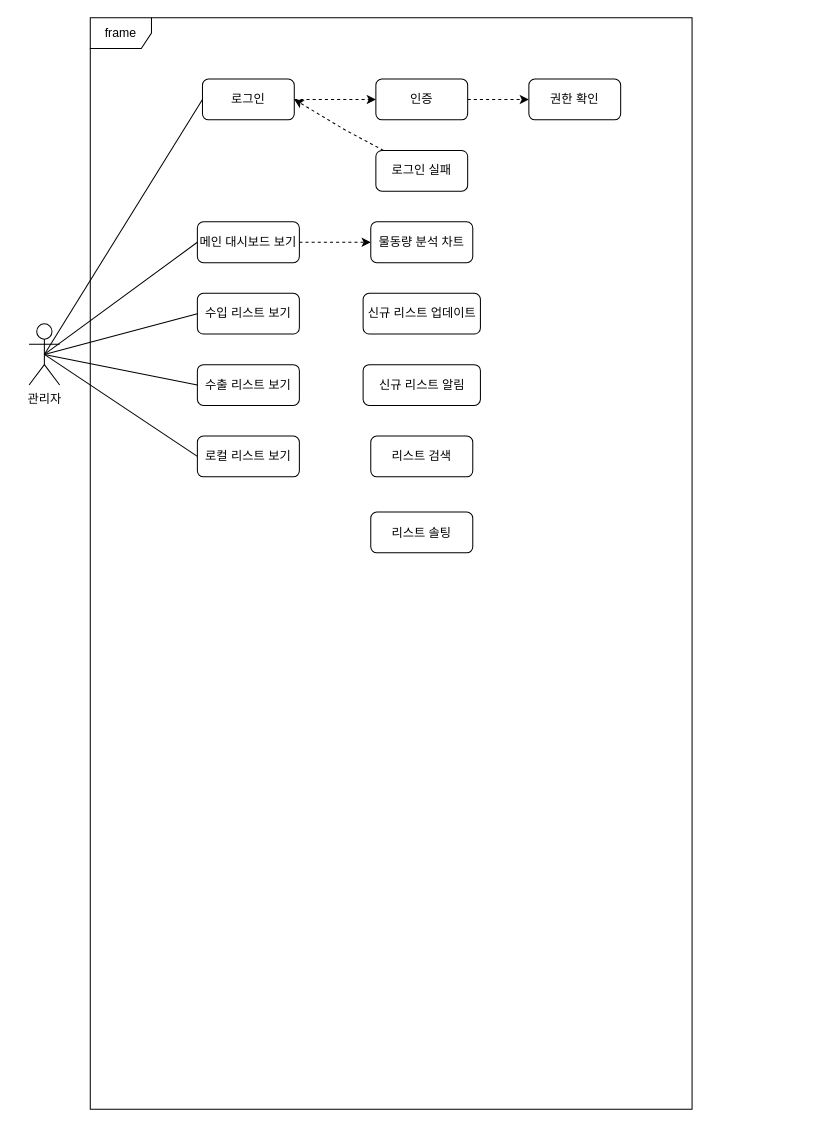
This is documents/UseCaseDiagram.drawio from cjungwo/ExpressSiteDemo, a draw.io file, before an edit. Source tidied: cells renumbered, new cells numbered last; positions are measured from the earlier drawing's top-left corner, leaving out a move shared by most shapes. Both pictures are drawn from the tidied source at 102%, with x=0, y=0 at pixel (29, 17).
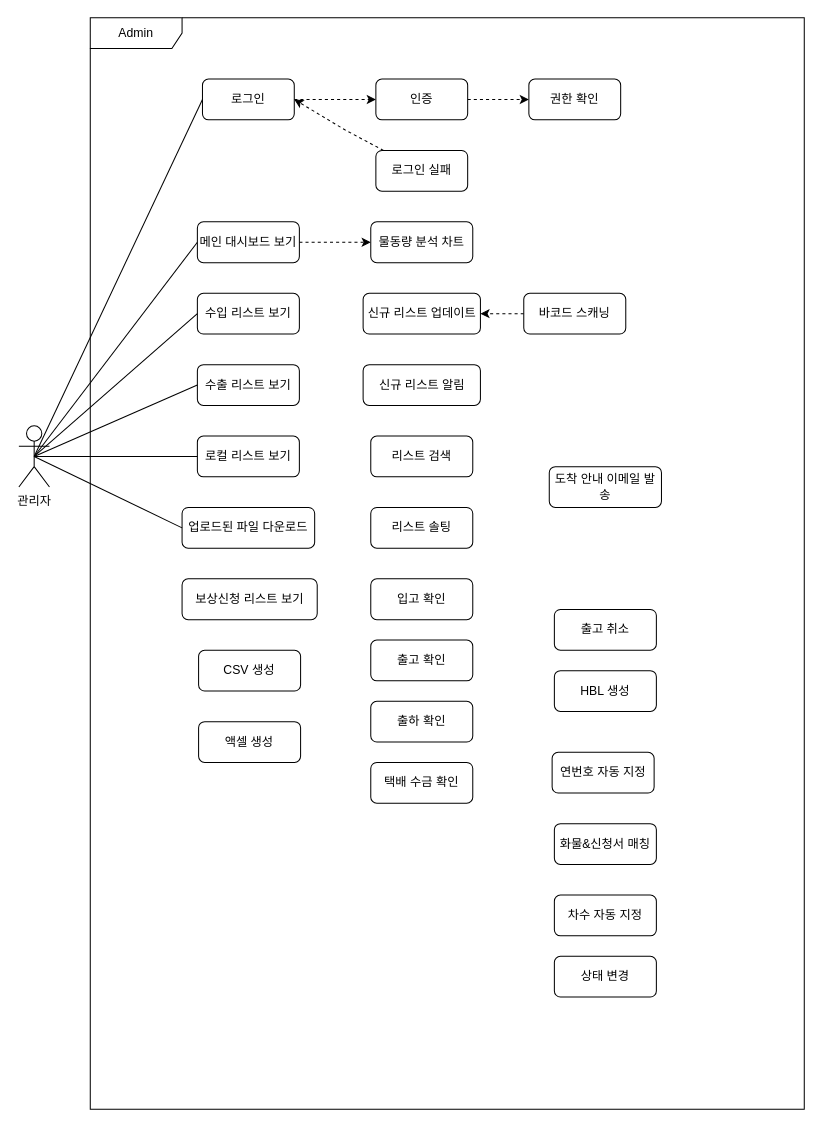
After the change.

Unchanged cells that the change refers to:
```xml
<mxCell id="5" value="로그인" style="rounded=1;whiteSpace=wrap;html=1;" parent="1" vertex="1">
  <mxGeometry x="170" y="60" width="90" height="40" as="geometry" />
</mxCell>
<mxCell id="22" value="신규 리스트 업데이트" style="rounded=1;whiteSpace=wrap;html=1;" parent="1" vertex="1">
  <mxGeometry x="327.5" y="270" width="115" height="40" as="geometry" />
</mxCell>
```

Diff of the diagram source:
```diff
@@
     <mxCell id="2" value="관리자&lt;div&gt;&lt;br&gt;&lt;/div&gt;" style="shape=umlActor;verticalLabelPosition=bottom;verticalAlign=top;html=1;outlineConnect=0;" parent="1" vertex="1">
-      <mxGeometry y="300" width="30" height="60" as="geometry" />
+      <mxGeometry x="-10" y="400" width="30" height="60" as="geometry" />
     </mxCell>
-    <mxCell id="3" value="frame" style="shape=umlFrame;whiteSpace=wrap;html=1;" parent="1" vertex="1">
-      <mxGeometry x="60" width="590" height="1070" as="geometry" />
+    <mxCell id="3" value="Admin" style="shape=umlFrame;whiteSpace=wrap;html=1;width=90;height=30;" parent="1" vertex="1">
+      <mxGeometry x="60" width="700" height="1070" as="geometry" />
     </mxCell>
@@
-    <mxCell id="13" style="rounded=0;jettySize=auto;html=1;entryX=0.5;entryY=0.5;entryDx=0;entryDy=0;entryPerimeter=0;endArrow=none;endFill=0;exitX=0;exitY=0.5;exitDx=0;exitDy=0;" parent="1" edge="1" source="5" target="2">
+    <mxCell id="13" style="rounded=0;jettySize=auto;html=1;endArrow=none;endFill=0;exitX=0;exitY=0.5;exitDx=0;exitDy=0;entryX=0.5;entryY=0.5;entryDx=0;entryDy=0;entryPerimeter=0;" parent="1" edge="1" source="5" target="2">
       <mxGeometry relative="1" as="geometry" />
     </mxCell>
@@
     <mxCell id="25" value="리스트 솔팅" style="rounded=1;whiteSpace=wrap;html=1;" parent="1" vertex="1">
-      <mxGeometry x="335" y="484.5" width="100" height="40" as="geometry" />
+      <mxGeometry x="335" y="480" width="100" height="40" as="geometry" />
     </mxCell>
+    <mxCell id="26" style="edgeStyle=orthogonalEdgeStyle;rounded=0;jettySize=auto;html=1;entryX=1;entryY=0.5;entryDx=0;entryDy=0;exitX=0;exitY=0.5;exitDx=0;exitDy=0;dashed=1;" parent="1" edge="1" source="27" target="22">
+      <mxGeometry relative="1" as="geometry" />
+    </mxCell>
+    <mxCell id="27" value="바코드 스캐닝" style="rounded=1;whiteSpace=wrap;html=1;" parent="1" vertex="1">
+      <mxGeometry x="485" y="270" width="100" height="40" as="geometry" />
+    </mxCell>
+    <mxCell id="28" value="입고 확인" style="rounded=1;whiteSpace=wrap;html=1;" parent="1" vertex="1">
+      <mxGeometry x="335" y="550" width="100" height="40" as="geometry" />
+    </mxCell>
+    <mxCell id="29" value="화물&amp;amp;신청서 매칭" style="rounded=1;whiteSpace=wrap;html=1;" parent="1" vertex="1">
+      <mxGeometry x="515" y="790" width="100" height="40" as="geometry" />
+    </mxCell>
+    <mxCell id="30" value="출고 확인" style="rounded=1;whiteSpace=wrap;html=1;" parent="1" vertex="1">
+      <mxGeometry x="335" y="610" width="100" height="40" as="geometry" />
+    </mxCell>
+    <mxCell id="31" value="도착 안내 이메일 발송" style="rounded=1;whiteSpace=wrap;html=1;" parent="1" vertex="1">
+      <mxGeometry x="510" y="440" width="110" height="40" as="geometry" />
+    </mxCell>
+    <mxCell id="32" value="출고 취소" style="rounded=1;whiteSpace=wrap;html=1;" parent="1" vertex="1">
+      <mxGeometry x="515" y="580" width="100" height="40" as="geometry" />
+    </mxCell>
+    <mxCell id="33" value="출하 확인" style="rounded=1;whiteSpace=wrap;html=1;" parent="1" vertex="1">
+      <mxGeometry x="335" y="670" width="100" height="40" as="geometry" />
+    </mxCell>
+    <mxCell id="34" value="택배 수금 확인" style="rounded=1;whiteSpace=wrap;html=1;" parent="1" vertex="1">
+      <mxGeometry x="335" y="730" width="100" height="40" as="geometry" />
+    </mxCell>
+    <mxCell id="35" value="업로드된 파일 다운로드" style="rounded=1;whiteSpace=wrap;html=1;" parent="1" vertex="1">
+      <mxGeometry x="150" y="480" width="130" height="40" as="geometry" />
+    </mxCell>
+    <mxCell id="36" style="rounded=0;jettySize=auto;html=1;entryX=0.5;entryY=0.5;entryDx=0;entryDy=0;entryPerimeter=0;exitX=0;exitY=0.5;exitDx=0;exitDy=0;endArrow=none;endFill=0;" parent="1" edge="1" source="35" target="2">
+      <mxGeometry relative="1" as="geometry" />
+    </mxCell>
+    <mxCell id="37" value="차수 자동 지정" style="rounded=1;whiteSpace=wrap;html=1;" parent="1" vertex="1">
+      <mxGeometry x="515" y="860" width="100" height="40" as="geometry" />
+    </mxCell>
+    <mxCell id="38" value="연번호 자동 지정" style="rounded=1;whiteSpace=wrap;html=1;" parent="1" vertex="1">
+      <mxGeometry x="512.8" y="720" width="100" height="40" as="geometry" />
+    </mxCell>
+    <mxCell id="39" value="상태 변경" style="rounded=1;whiteSpace=wrap;html=1;" parent="1" vertex="1">
+      <mxGeometry x="515" y="920" width="100" height="40" as="geometry" />
+    </mxCell>
+    <mxCell id="40" value="HBL 생성" style="rounded=1;whiteSpace=wrap;html=1;" parent="1" vertex="1">
+      <mxGeometry x="515" y="640" width="100" height="40" as="geometry" />
+    </mxCell>
+    <mxCell id="41" value="CSV 생성" style="rounded=1;whiteSpace=wrap;html=1;" parent="1" vertex="1">
+      <mxGeometry x="166.2" y="620" width="100" height="40" as="geometry" />
+    </mxCell>
+    <mxCell id="42" value="액셀 생성" style="rounded=1;whiteSpace=wrap;html=1;" parent="1" vertex="1">
+      <mxGeometry x="166.2" y="690" width="100" height="40" as="geometry" />
+    </mxCell>
+    <mxCell id="43" value="보상신청 리스트 보기" style="rounded=1;whiteSpace=wrap;html=1;" parent="1" vertex="1">
+      <mxGeometry x="150" y="550" width="132.5" height="40" as="geometry" />
+    </mxCell>
+    <mxCell id="44" style="edgeStyle=orthogonalEdgeStyle;rounded=0;orthogonalLoop=1;jettySize=auto;html=1;exitX=0.5;exitY=1;exitDx=0;exitDy=0;" parent="1" edge="1" source="29" target="29">
+      <mxGeometry relative="1" as="geometry" />
+    </mxCell>
```
